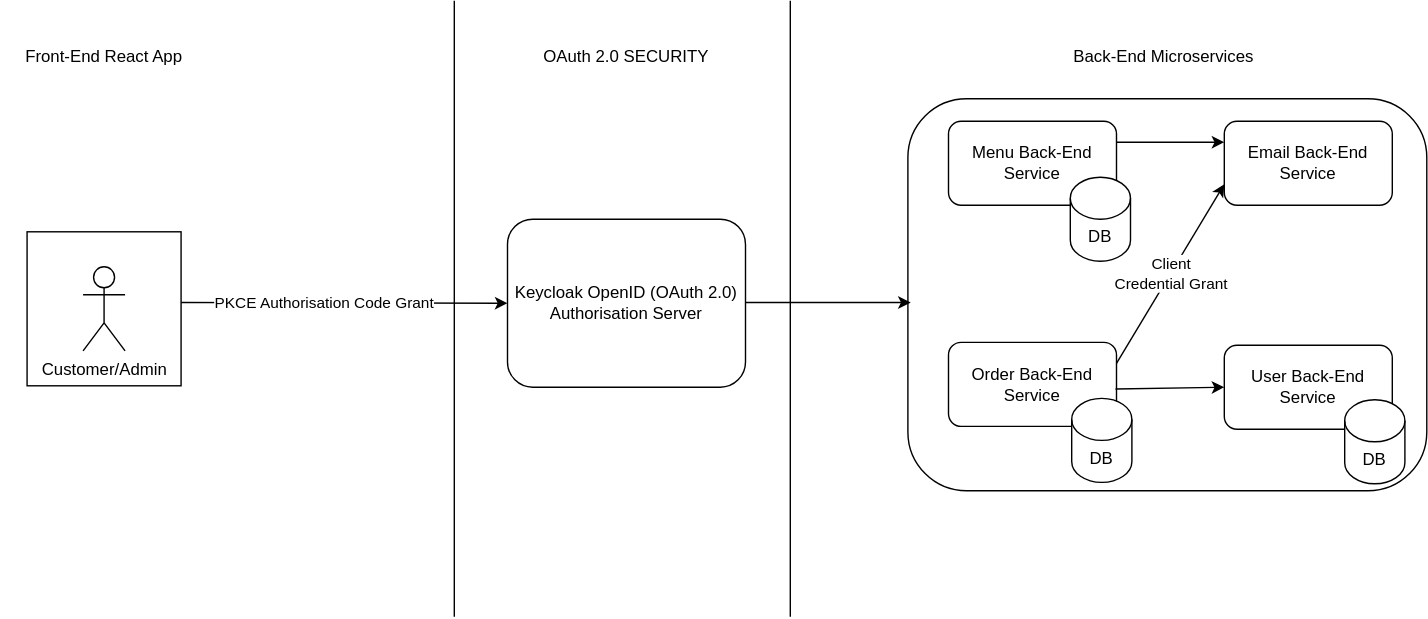
Earlier version of the draw.io export Food App Back-End Domain.svg (gauravuq/Food-App-Back-End). Source tidied: cells renumbered, new cells last; positions are measured from the earlier drawing's top-left corner, leaving out a move shared by most shapes.
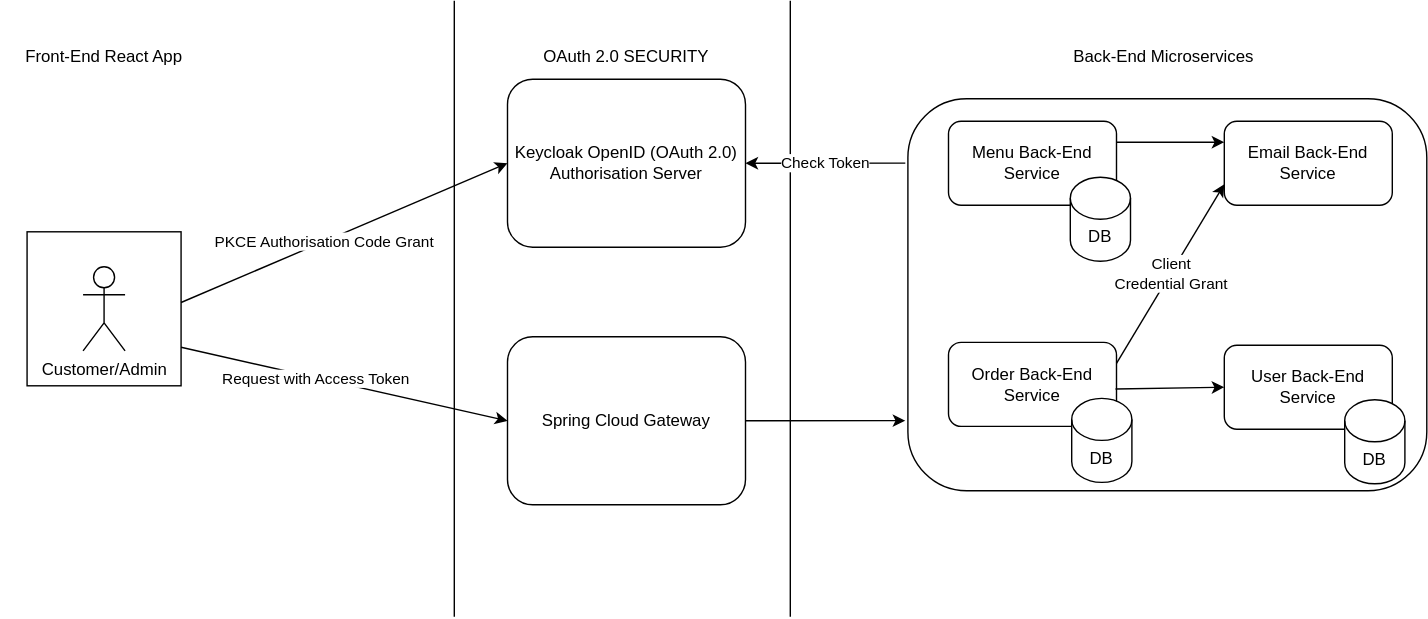
After the commit.

Diff of the diagram source:
```diff
@@ -68,16 +68,25 @@
       </mxGeometry>
     </mxCell>
     <mxCell id="21" value="Keycloak OpenID (OAuth 2.0)&lt;br&gt;Authorisation Server" style="rounded=1;whiteSpace=wrap;html=1;" parent="1" vertex="1">
-      <mxGeometry x="362" y="156" width="170" height="120" as="geometry" />
+      <mxGeometry x="362" y="56" width="170" height="120" as="geometry" />
     </mxCell>
-    <mxCell id="22" style="endArrow=classic;html=1;" parent="1" edge="1">
-      <mxGeometry relative="1" as="geometry">
-        <mxPoint x="532" y="215.5" as="sourcePoint" />
-        <mxPoint x="650" y="215.5" as="targetPoint" />
-      </mxGeometry>
+    <mxCell id="22" style="endArrow=classic;html=1;exitX=1;exitY=0.5;exitDx=0;exitDy=0;entryX=-0.005;entryY=0.821;entryDx=0;entryDy=0;entryPerimeter=0;" parent="1" edge="1" source="24" target="2">
+      <mxGeometry relative="1" as="geometry" />
     </mxCell>
     <mxCell id="23" value="OAuth 2.0 SECURITY" style="text;html=1;strokeColor=none;fillColor=none;align=center;verticalAlign=middle;whiteSpace=wrap;rounded=0;" parent="1" vertex="1">
       <mxGeometry x="373.2" y="30" width="147.7" height="20" as="geometry" />
     </mxCell>
+    <mxCell id="24" value="Spring Cloud Gateway" style="rounded=1;whiteSpace=wrap;html=1;" parent="1" vertex="1">
+      <mxGeometry x="362" y="240" width="170" height="120" as="geometry" />
+    </mxCell>
+    <mxCell id="25" style="endArrow=classic;html=1;exitX=1;exitY=0.75;exitDx=0;exitDy=0;entryX=0;entryY=0.5;entryDx=0;entryDy=0;" parent="1" edge="1" source="7" target="24">
+      <mxGeometry relative="1" as="geometry" />
+    </mxCell>
+    <mxCell id="26" value="Request with Access Token" style="edgeLabel;html=1;align=center;verticalAlign=middle;" parent="25" vertex="1">
+      <mxGeometry x="-0.18" relative="1" as="geometry" />
+    </mxCell>
+    <mxCell id="27" value="Check Token" style="endArrow=classic;html=1;exitX=-0.005;exitY=0.164;exitDx=0;exitDy=0;entryX=1;entryY=0.5;entryDx=0;entryDy=0;exitPerimeter=0;" parent="1" edge="1" source="2" target="21">
+      <mxGeometry relative="1" as="geometry" />
+    </mxCell>
   </root>
 </mxGraphModel>
```
